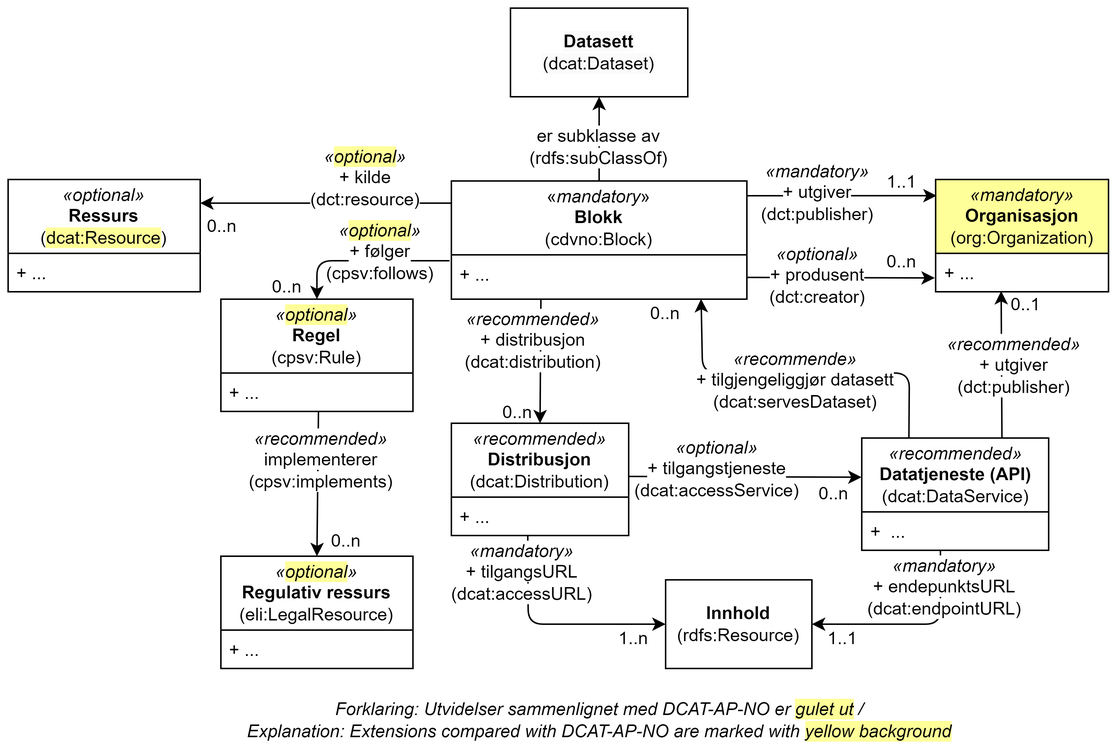
The draw.io diagram docs/images/cdvno-classes-only.png in Informasjonsforvaltning/cdvno, before a commit. Source tidied: cells renumbered, new cells last; positions are measured from the earlier drawing's top-left corner, leaving out a move shared by most shapes.
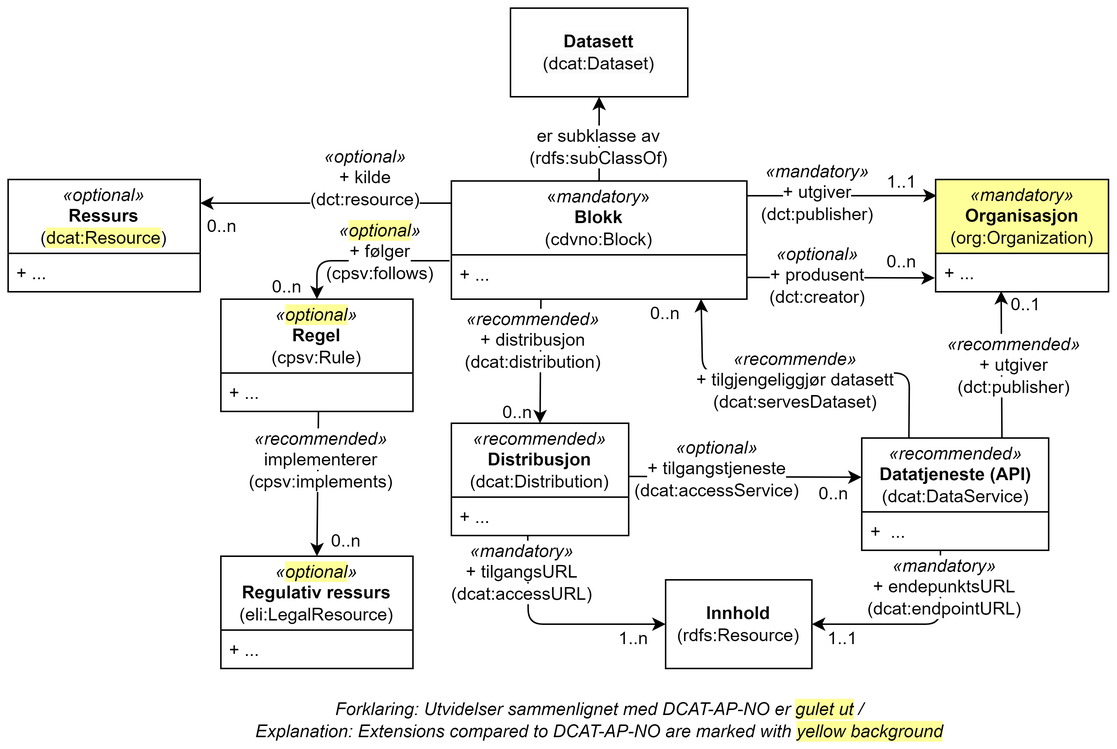
The same file after the commit.

Commit message:
Oppdaterer tegninger

What changed in the source:
```diff
@@ -175,13 +175,13 @@
         <mxPoint x="130" y="132" as="targetPoint" />
       </mxGeometry>
     </mxCell>
-    <mxCell id="51" value="&lt;i style=&quot;border-color: var(--border-color);&quot;&gt;«&lt;span style=&quot;background-color: rgb(255, 255, 153);&quot;&gt;optional&lt;/span&gt;»&lt;br&gt;&lt;/i&gt;&lt;span style=&quot;background-color: rgb(255, 255, 255);&quot;&gt;+ kilde&lt;br&gt;(dct:resource)&lt;/span&gt;" style="text;html=1;strokeColor=none;fillColor=none;align=center;verticalAlign=middle;whiteSpace=wrap;rounded=0;" parent="1" vertex="1">
+    <mxCell id="51" value="&lt;i style=&quot;border-color: var(--border-color);&quot;&gt;«&lt;span style=&quot;background-color: rgb(255, 255, 255);&quot;&gt;optional&lt;/span&gt;»&lt;br&gt;&lt;/i&gt;&lt;span style=&quot;background-color: rgb(255, 255, 255);&quot;&gt;+ kilde&lt;br&gt;(dct:resource)&lt;/span&gt;" style="text;html=1;strokeColor=none;fillColor=none;align=center;verticalAlign=middle;whiteSpace=wrap;rounded=0;" parent="1" vertex="1">
       <mxGeometry x="210" y="100" width="64" height="30" as="geometry" />
     </mxCell>
     <mxCell id="52" value="0..n" style="text;html=1;strokeColor=none;fillColor=none;align=center;verticalAlign=middle;whiteSpace=wrap;rounded=0;" parent="1" vertex="1">
       <mxGeometry x="130" y="140" width="30" height="16" as="geometry" />
     </mxCell>
-    <mxCell id="53" value="Forklaring: Utvidelser sammenlignet med DCAT-AP-NO er&amp;nbsp;&lt;span style=&quot;background-color: rgb(255, 255, 153);&quot;&gt;gulet ut&lt;/span&gt;&lt;span style=&quot;background-color: rgb(255 , 255 , 255)&quot;&gt;&amp;nbsp;/ &lt;br&gt;Explanation: Extensions compared with DCAT-AP-NO&amp;nbsp;are marked with&amp;nbsp;&lt;/span&gt;&lt;span style=&quot;background-color: rgb(255, 255, 153);&quot;&gt;yellow background&lt;/span&gt;" style="text;html=1;strokeColor=none;fillColor=none;align=center;verticalAlign=middle;whiteSpace=wrap;rounded=0;fontStyle=2;" parent="1" vertex="1">
+    <mxCell id="53" value="Forklaring: Utvidelser sammenlignet med DCAT-AP-NO er&amp;nbsp;&lt;span style=&quot;background-color: rgb(255, 255, 153);&quot;&gt;gulet ut&lt;/span&gt;&lt;span style=&quot;background-color: rgb(255 , 255 , 255)&quot;&gt;&amp;nbsp;/ &lt;br&gt;Explanation: Extensions compared to DCAT-AP-NO&amp;nbsp;are marked with&amp;nbsp;&lt;/span&gt;&lt;span style=&quot;background-color: rgb(255, 255, 153);&quot;&gt;yellow background&lt;/span&gt;" style="text;html=1;strokeColor=none;fillColor=none;align=center;verticalAlign=middle;whiteSpace=wrap;rounded=0;fontStyle=2;" parent="1" vertex="1">
       <mxGeometry x="149.5" y="472" width="501" height="20" as="geometry" />
     </mxCell>
   </root>
```
